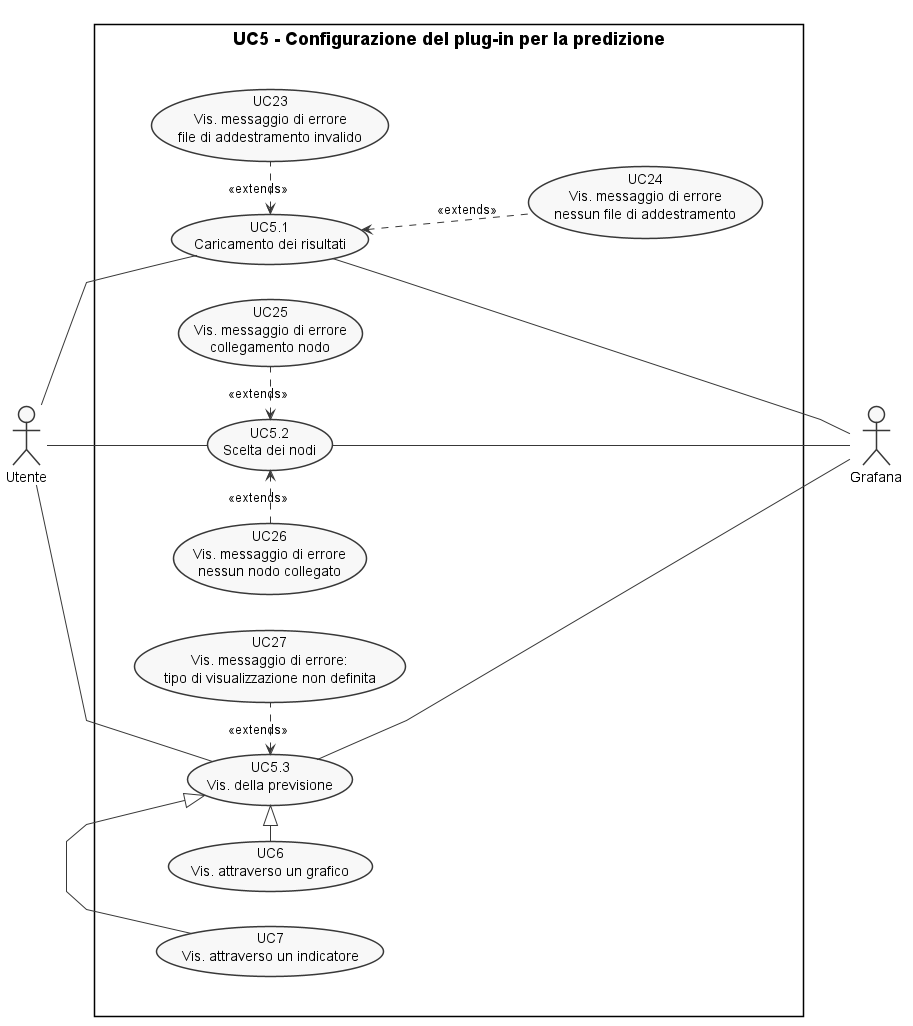
The PlantUML diagram esterni/analisi-dei-requisiti/components/casi-duso/diagrams/out/uc5.png in sofiabononi/project-docs, before a commit.
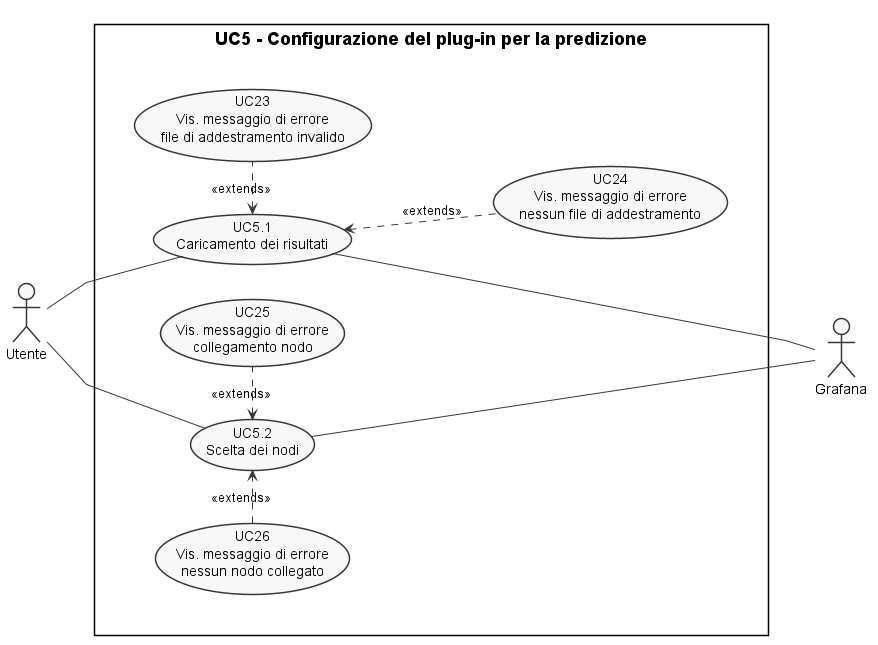
The same diagram one commit later.

The edit, as a diff of the source:
```diff
@@ -10,26 +10,19 @@
   together {
   usecase (UC5.1) as "UC5.1\n Caricamento dei risultati"
   usecase (UC5.2) as "UC5.2\n Scelta dei nodi"
-  usecase (UC5.3) as "UC5.3\n Vis. della previsione"
 
   usecase (UC23) as "UC23\n Vis. messaggio di errore \n file di addestramento invalido"
   usecase (UC24) as "UC24\n Vis. messaggio di errore \n nessun file di addestramento"
 
   usecase (UC25) as "UC25\n Vis. messaggio di errore \n collegamento nodo"
   usecase (UC26) as "UC26\n Vis. messaggio di errore \n nessun nodo collegato"
-
-  usecase (UC6) as "UC6\n Vis. attraverso un grafico"
-  usecase (UC7) as "UC7\n Vis. attraverso un indicatore"
-  usecase (UC27) as "UC27\n Vis. messaggio di errore: \n tipo di visualizzazione non definita"
   }
 }
 
 :A: -- (UC5.1)
 :A: -- (UC5.2)
-:A: -- (UC5.3)
 (UC5.1) --- :A1:
 (UC5.2) --- :A1:
-(UC5.3) --- :A1:
 
 (UC5.1) <. (UC23) : <<extends>>
 (UC5.1) <. (UC24) : <<extends>>
@@ -39,9 +32,5 @@
 (UC5.2) <. (UC25) : <<extends>>
 (UC5.2) <.left. (UC26) : <<extends>>
 
-(UC5.3) <. (UC27) : <<extends>>
-(UC5.3) <|-left- (UC6)
-(UC5.3) <|-left- (UC7)
-
 
 @endluml
```
